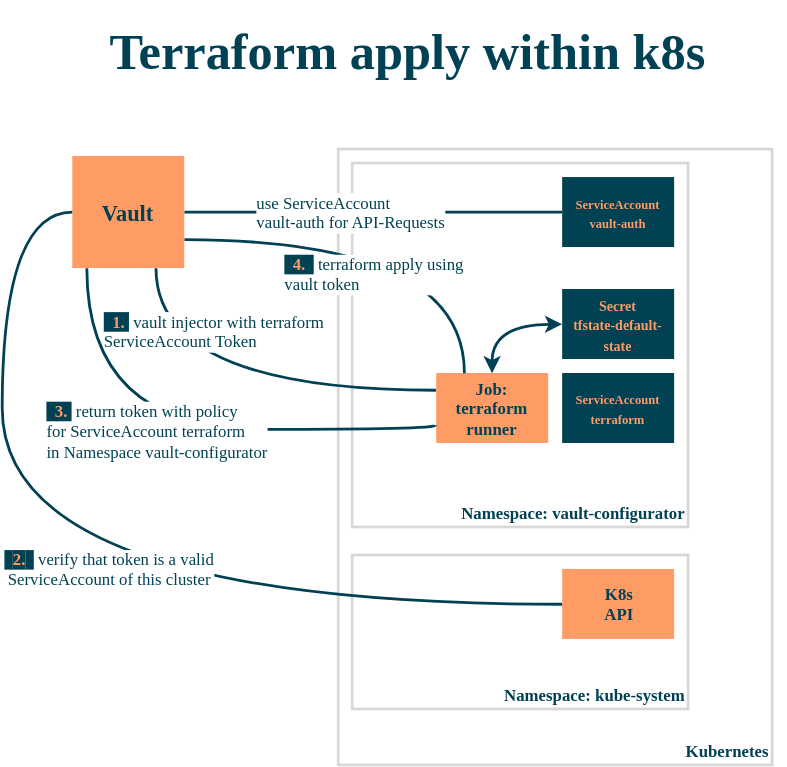
kesselborn/vault-demo keeps this draw.io diagram as terraform/vault-configurator.svg. Above is the earlier version. Source tidied: cells renumbered, new cells last; positions are measured from the earlier drawing's top-left corner, leaving out a move shared by most shapes.
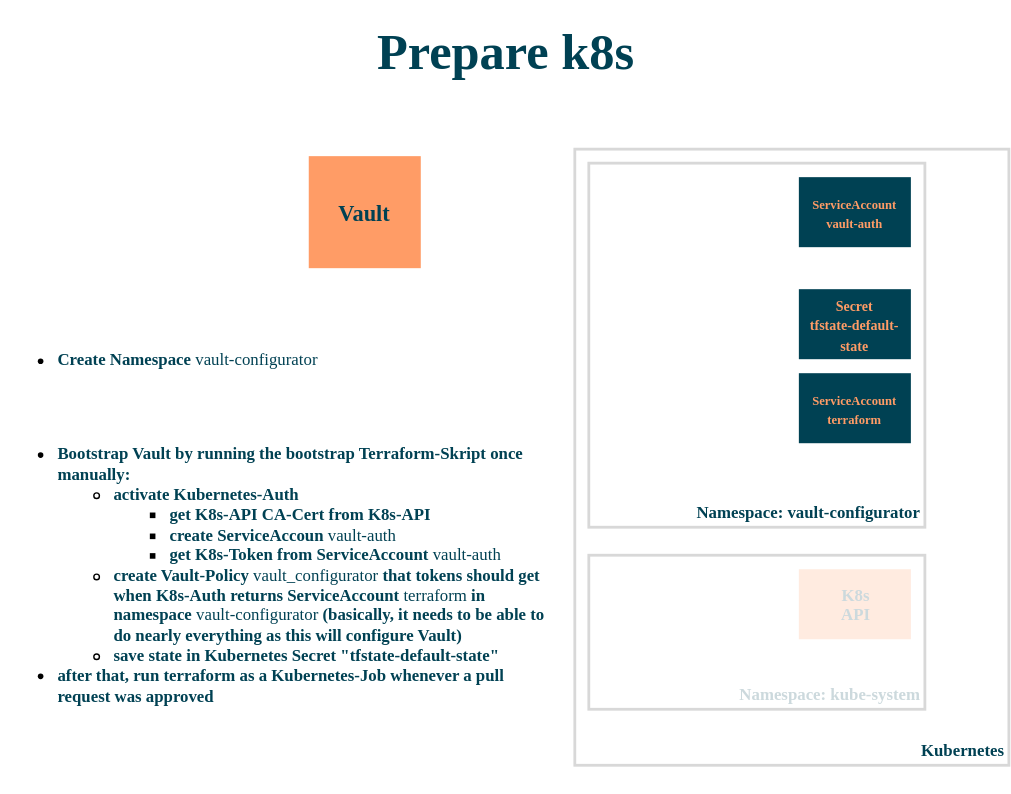
After the commit.

What changed in the source:
```diff
@@ -1,91 +1,39 @@
 <mxGraphModel>
   <root>
     <mxCell id="0" />
-    <mxCell id="1" value="Terraform Setup" parent="0" />
+    <mxCell id="23" value="Prepare vault and k8s" parent="0" />
-    <mxCell id="2" value="&lt;font color=&quot;#004153&quot; face=&quot;Mark Pro&quot;&gt;&lt;b&gt;Kubernetes&lt;/b&gt;&lt;/font&gt;" style="whiteSpace=wrap;html=1;verticalAlign=bottom;align=right;strokeWidth=2;strokeColor=#D8D8D8;fontFamily=Mark Pro;" parent="1" vertex="1">
+    <mxCell id="2" value="&lt;font color=&quot;#004153&quot; face=&quot;Mark Pro&quot;&gt;&lt;b&gt;Kubernetes&lt;/b&gt;&lt;/font&gt;" style="whiteSpace=wrap;html=1;verticalAlign=bottom;align=right;strokeWidth=2;strokeColor=#D8D8D8;fontFamily=Mark Pro;" parent="23" vertex="1">
       <mxGeometry x="240" y="90" width="310" height="440" as="geometry" />
     </mxCell>
-    <mxCell id="3" value="&lt;font color=&quot;#004153&quot; face=&quot;Mark Pro&quot;&gt;&lt;b&gt;Namespace: kube-system&lt;/b&gt;&lt;/font&gt;" style="whiteSpace=wrap;html=1;align=right;verticalAlign=bottom;fontColor=#F4F4F4;strokeColor=#D8D8D8;strokeWidth=2;fontFamily=Hack;" parent="1" vertex="1">
+    <mxCell id="3" value="&lt;font color=&quot;#004153&quot; face=&quot;Mark Pro&quot;&gt;&lt;b&gt;Namespace: kube-system&lt;/b&gt;&lt;/font&gt;" style="whiteSpace=wrap;html=1;align=right;verticalAlign=bottom;fontColor=#F4F4F4;strokeColor=#D8D8D8;strokeWidth=2;fontFamily=Hack;" parent="23" vertex="1">
       <mxGeometry x="250" y="380" width="240" height="110" as="geometry" />
     </mxCell>
-    <mxCell id="4" value="&lt;b&gt;&lt;font face=&quot;Mark Pro&quot; style=&quot;font-size: 16px&quot;&gt;Vault&lt;/font&gt;&lt;/b&gt;" style="whiteSpace=wrap;html=1;strokeColor=none;fillColor=#FF9C66;fontColor=#004153;" parent="1" vertex="1">
+    <mxCell id="4" value="&lt;b&gt;&lt;font face=&quot;Mark Pro&quot; style=&quot;font-size: 16px&quot;&gt;Vault&lt;/font&gt;&lt;/b&gt;" style="whiteSpace=wrap;html=1;strokeColor=none;fillColor=#FF9C66;fontColor=#004153;" parent="23" vertex="1">
       <mxGeometry x="50" y="95" width="80" height="80" as="geometry" />
     </mxCell>
-    <mxCell id="5" value="&lt;font color=&quot;#004153&quot; face=&quot;Mark Pro&quot;&gt;&lt;b&gt;Namespace: vault-configurator&lt;/b&gt;&lt;/font&gt;" style="whiteSpace=wrap;html=1;align=right;verticalAlign=bottom;fontColor=#F4F4F4;strokeColor=#D8D8D8;strokeWidth=2;fontFamily=Hack;" parent="1" vertex="1">
+    <mxCell id="5" value="&lt;font color=&quot;#004153&quot; face=&quot;Mark Pro&quot;&gt;&lt;b&gt;Namespace: vault-configurator&lt;/b&gt;&lt;/font&gt;" style="whiteSpace=wrap;html=1;align=right;verticalAlign=bottom;fontColor=#F4F4F4;strokeColor=#D8D8D8;strokeWidth=2;fontFamily=Hack;" parent="23" vertex="1">
       <mxGeometry x="250" y="100" width="240" height="260" as="geometry" />
     </mxCell>
-    <mxCell id="6" value="&lt;font style=&quot;font-size: 9px&quot;&gt;&lt;b&gt;&lt;font face=&quot;Mark Pro&quot;&gt;ServiceAccount&lt;br&gt;vault-auth&lt;/font&gt;&lt;br&gt;&lt;/b&gt;&lt;/font&gt;" style="whiteSpace=wrap;html=1;strokeColor=none;fillColor=#004153;fontColor=#FF9C66;" parent="1" vertex="1">
+    <mxCell id="6" value="&lt;font style=&quot;font-size: 9px&quot;&gt;&lt;b&gt;&lt;font face=&quot;Mark Pro&quot;&gt;ServiceAccount&lt;br&gt;vault-auth&lt;/font&gt;&lt;br&gt;&lt;/b&gt;&lt;/font&gt;" style="whiteSpace=wrap;html=1;strokeColor=none;fillColor=#004153;fontColor=#FF9C66;" parent="23" vertex="1">
       <mxGeometry x="400" y="110" width="80" height="50" as="geometry" />
     </mxCell>
-    <mxCell id="7" value="&lt;b&gt;&lt;font face=&quot;Mark Pro&quot;&gt;K8s&lt;br&gt;API&lt;/font&gt;&lt;br&gt;&lt;/b&gt;" style="whiteSpace=wrap;html=1;strokeColor=none;fillColor=#FF9C66;fontColor=#004153;" parent="1" vertex="1">
+    <mxCell id="7" value="&lt;b&gt;&lt;font face=&quot;Mark Pro&quot;&gt;K8s&lt;br&gt;API&lt;/font&gt;&lt;br&gt;&lt;/b&gt;" style="whiteSpace=wrap;html=1;strokeColor=none;fillColor=#FF9C66;fontColor=#004153;" parent="23" vertex="1">
       <mxGeometry x="400" y="390" width="80" height="50" as="geometry" />
     </mxCell>
-    <mxCell id="8" value="&lt;b&gt;&lt;font face=&quot;Mark Pro&quot;&gt;Job:&lt;br&gt;terraform&lt;br&gt;runner&lt;/font&gt;&lt;br&gt;&lt;/b&gt;" style="whiteSpace=wrap;html=1;strokeColor=none;fillColor=#FF9C66;fontColor=#004153;" parent="1" vertex="1">
-      <mxGeometry x="310" y="250" width="80" height="50" as="geometry" />
-    </mxCell>
-    <mxCell id="9" value="&lt;font style=&quot;font-size: 9px&quot;&gt;&lt;b&gt;&lt;font face=&quot;Mark Pro&quot;&gt;ServiceAccount&lt;br&gt;terraform&lt;/font&gt;&lt;br&gt;&lt;/b&gt;&lt;/font&gt;" style="whiteSpace=wrap;html=1;strokeColor=none;fillColor=#004153;fontColor=#FF9C66;" parent="1" vertex="1">
+    <mxCell id="9" value="&lt;font style=&quot;font-size: 9px&quot;&gt;&lt;b&gt;&lt;font face=&quot;Mark Pro&quot;&gt;ServiceAccount&lt;br&gt;terraform&lt;/font&gt;&lt;br&gt;&lt;/b&gt;&lt;/font&gt;" style="whiteSpace=wrap;html=1;strokeColor=none;fillColor=#004153;fontColor=#FF9C66;" parent="23" vertex="1">
       <mxGeometry x="400" y="250" width="80" height="50" as="geometry" />
     </mxCell>
-    <mxCell id="10" style="endArrow=none;html=1;fontColor=#FF9C66;entryX=0.75;entryY=1;entryDx=0;entryDy=0;exitX=0;exitY=0.25;exitDx=0;exitDy=0;edgeStyle=orthogonalEdgeStyle;curved=1;strokeColor=#004153;strokeWidth=2;" parent="1" edge="1" source="8" target="4">
-      <mxGeometry relative="1" as="geometry" />
-    </mxCell>
-    <mxCell id="11" value="&lt;font face=&quot;Mark Pro&quot;&gt;&lt;span style=&quot;background-color: rgb(0 , 65 , 83)&quot;&gt;&amp;nbsp;&amp;nbsp;&lt;b&gt;1.&lt;/b&gt;&amp;nbsp;&lt;/span&gt; &lt;font color=&quot;#004153&quot;&gt;vault injector with terraform&amp;nbsp;&lt;br&gt;ServiceAccount Token&lt;/font&gt;&lt;/font&gt;" style="text;html=1;align=left;verticalAlign=middle;labelBackgroundColor=#ffffff;fontColor=#FF9C66;" parent="10" vertex="1">
-      <mxGeometry x="0.11" y="-26" relative="1" as="geometry">
-        <mxPoint x="-79.7" y="-16.6" as="offset" />
-      </mxGeometry>
-    </mxCell>
-    <mxCell id="12" style="endArrow=none;html=1;strokeColor=#004153;strokeWidth=2;fontColor=#FF9C66;entryX=0;entryY=0.5;entryDx=0;entryDy=0;exitX=1;exitY=0.5;exitDx=0;exitDy=0;edgeStyle=entityRelationEdgeStyle;" parent="1" edge="1" source="4" target="6">
-      <mxGeometry relative="1" as="geometry" />
-    </mxCell>
-    <mxCell id="13" value="&lt;font color=&quot;#004153&quot; face=&quot;Mark Pro&quot;&gt;use ServiceAccount&lt;br&gt;vault-auth for API-Requests&lt;/font&gt;" style="text;html=1;align=left;verticalAlign=middle;labelBackgroundColor=#ffffff;fontColor=#FF9C66;" parent="12" vertex="1">
-      <mxGeometry x="-0.21" y="-3" relative="1" as="geometry">
-        <mxPoint x="-57.4" y="-3" as="offset" />
-      </mxGeometry>
-    </mxCell>
-    <mxCell id="14" style="endArrow=none;html=1;fontColor=#FF9C66;entryX=0;entryY=0.5;entryDx=0;entryDy=0;exitX=0;exitY=0.5;exitDx=0;exitDy=0;edgeStyle=orthogonalEdgeStyle;curved=1;strokeColor=#004153;strokeWidth=2;" parent="1" edge="1" source="7" target="4">
-      <mxGeometry relative="1" as="geometry">
-        <Array as="points">
-          <mxPoint y="415" />
-          <mxPoint y="135" />
-        </Array>
-      </mxGeometry>
-    </mxCell>
-    <mxCell id="15" value="&lt;div style=&quot;text-align: left&quot;&gt;&lt;font face=&quot;Mark Pro&quot;&gt;&lt;b style=&quot;background-color: rgb(0 , 65 , 83)&quot;&gt;&amp;nbsp;&amp;nbsp;&lt;/b&gt;&lt;span style=&quot;background-color: rgb(0 , 65 , 83)&quot;&gt;&lt;b&gt;2.&lt;/b&gt;&lt;/span&gt;&lt;b style=&quot;background-color: rgb(0 , 65 , 83)&quot;&gt;&amp;nbsp;&amp;nbsp;&lt;/b&gt;&lt;font color=&quot;#004153&quot;&gt;&amp;nbsp;verify that token is a valid&lt;/font&gt;&lt;/font&gt;&lt;/div&gt;&lt;font color=&quot;#004153&quot; face=&quot;Mark Pro&quot;&gt;ServiceAccount of this cluster&lt;/font&gt;" style="text;html=1;align=center;verticalAlign=middle;labelBackgroundColor=#ffffff;fontColor=#FF9C66;" parent="14" vertex="1">
-      <mxGeometry x="0.11" y="-26" relative="1" as="geometry">
-        <mxPoint x="63.8" y="-20.6" as="offset" />
-      </mxGeometry>
-    </mxCell>
-    <mxCell id="16" style="endArrow=none;html=1;strokeColor=#004153;strokeWidth=2;fontColor=#FF9C66;entryX=0.127;entryY=1.003;entryDx=0;entryDy=0;exitX=0;exitY=0.75;exitDx=0;exitDy=0;edgeStyle=orthogonalEdgeStyle;curved=1;entryPerimeter=0;" parent="1" edge="1" source="8" target="4">
-      <mxGeometry relative="1" as="geometry">
-        <Array as="points">
-          <mxPoint x="310" y="290" />
-          <mxPoint x="60" y="290" />
-        </Array>
-      </mxGeometry>
-    </mxCell>
-    <mxCell id="17" value="&lt;font face=&quot;Mark Pro&quot;&gt;&lt;font style=&quot;background-color: rgb(0 , 65 , 83)&quot;&gt;&lt;b&gt;&amp;nbsp; 3.&amp;nbsp;&lt;/b&gt;&lt;/font&gt;&lt;font color=&quot;#004153&quot;&gt; return token with policy&lt;br&gt;for ServiceAccount terraform&lt;br&gt;in Namespace vault-configurator&lt;/font&gt;&lt;/font&gt;" style="text;html=1;align=left;verticalAlign=middle;labelBackgroundColor=#ffffff;fontColor=#FF9C66;" parent="16" vertex="1">
-      <mxGeometry x="0.04" y="-6" relative="1" as="geometry">
-        <mxPoint x="-91.1" y="6.1" as="offset" />
-      </mxGeometry>
-    </mxCell>
-    <mxCell id="18" value="&lt;h1&gt;&lt;font color=&quot;#004153&quot; style=&quot;font-size: 36px&quot; face=&quot;Mark Pro&quot;&gt;Terraform apply within k8s&lt;/font&gt;&lt;/h1&gt;" style="text;html=1;align=center;verticalAlign=middle;whiteSpace=wrap;rounded=0;comic=0;fontFamily=Mark Pro;fontStyle=0;" parent="1" vertex="1">
-      <mxGeometry x="20" width="540" height="40" as="geometry" />
-    </mxCell>
-    <mxCell id="19" style="endArrow=none;html=1;strokeColor=#004153;strokeWidth=2;fontFamily=Mark Pro;fontColor=#FF9C66;entryX=1;entryY=0.75;entryDx=0;entryDy=0;exitX=0.25;exitY=0;exitDx=0;exitDy=0;edgeStyle=orthogonalEdgeStyle;curved=1;" parent="1" edge="1" source="8" target="4">
-      <mxGeometry relative="1" as="geometry">
-        <Array as="points">
-          <mxPoint x="330" y="155" />
-        </Array>
-      </mxGeometry>
-    </mxCell>
-    <mxCell id="20" value="&lt;div style=&quot;color: rgb(255 , 156 , 102) ; text-align: left&quot;&gt;&lt;font face=&quot;Mark Pro&quot;&gt;&lt;b style=&quot;background-color: rgb(0 , 65 , 83)&quot;&gt;&amp;nbsp; 4.&amp;nbsp;&amp;nbsp;&lt;/b&gt;&lt;font color=&quot;#004153&quot;&gt;&amp;nbsp;terraform apply using&lt;/font&gt;&lt;/font&gt;&lt;/div&gt;&lt;div style=&quot;color: rgb(255 , 156 , 102) ; text-align: left&quot;&gt;&lt;font color=&quot;#004153&quot; face=&quot;Mark Pro&quot;&gt;vault token&lt;/font&gt;&lt;/div&gt;" style="text;html=1;align=center;verticalAlign=middle;labelBackgroundColor=#ffffff;fontFamily=Mark Pro;" parent="19" vertex="1">
-      <mxGeometry y="24" relative="1" as="geometry" />
-    </mxCell>
+    <mxCell id="24" value="&lt;h1&gt;&lt;font color=&quot;#004153&quot; style=&quot;font-size: 36px&quot; face=&quot;Mark Pro&quot;&gt;Prepare k8s&lt;/font&gt;&lt;/h1&gt;" style="text;html=1;align=center;verticalAlign=middle;whiteSpace=wrap;rounded=0;comic=0;fontFamily=Mark Pro;fontStyle=0;" parent="23" vertex="1">
+      <mxGeometry x="-80" width="540" height="40" as="geometry" />
+    </mxCell>
+    <mxCell id="25" value="&lt;ul&gt;&lt;li&gt;&lt;b style=&quot;color: rgb(0 , 65 , 83)&quot;&gt;Create Namespace &lt;/b&gt;&lt;font style=&quot;color: rgb(0 , 65 , 83)&quot;&gt;&lt;font face=&quot;Hack&quot;&gt;vault-configurator&lt;/font&gt;&lt;br&gt;&lt;br&gt;&lt;/font&gt;&lt;/li&gt;&lt;/ul&gt;&lt;font style=&quot;color: rgb(0 , 65 , 83)&quot; face=&quot;Mark Pro&quot;&gt;&lt;br&gt;&lt;/font&gt;&lt;div&gt;&lt;ul&gt;&lt;li&gt;&lt;font color=&quot;#004153&quot; face=&quot;Mark Pro&quot;&gt;&lt;b&gt;Bootstrap Vault by running the bootstrap Terraform-Skript once manually:&lt;/b&gt;&lt;/font&gt;&lt;/li&gt;&lt;ul&gt;&lt;li&gt;&lt;font color=&quot;#004153&quot; face=&quot;Mark Pro&quot;&gt;&lt;b&gt;activate Kubernetes-Auth&lt;/b&gt;&lt;/font&gt;&lt;/li&gt;&lt;ul&gt;&lt;li&gt;&lt;font color=&quot;#004153&quot; face=&quot;Mark Pro&quot;&gt;&lt;b&gt;get K8s-API CA-Cert from K8s-API&lt;/b&gt;&lt;/font&gt;&lt;/li&gt;&lt;li&gt;&lt;font color=&quot;#004153&quot;&gt;&lt;b&gt;create ServiceAccoun &lt;/b&gt;&lt;font face=&quot;Hack&quot;&gt;vault-auth&lt;/font&gt;&lt;/font&gt;&lt;/li&gt;&lt;li&gt;&lt;font color=&quot;#004153&quot;&gt;&lt;b&gt;get K8s-Token from ServiceAccount &lt;/b&gt;&lt;font face=&quot;Hack&quot;&gt;vault-auth&lt;/font&gt;&lt;/font&gt;&lt;/li&gt;&lt;/ul&gt;&lt;li&gt;&lt;font color=&quot;#004153&quot;&gt;&lt;b&gt;create Vault-Policy&lt;font face=&quot;Hack&quot;&gt; &lt;/font&gt;&lt;/b&gt;&lt;font face=&quot;Hack&quot;&gt;vault_configurator&lt;/font&gt;&lt;b&gt; that tokens should get when K8s-Auth returns ServiceAccount &lt;/b&gt;&lt;font face=&quot;Hack&quot;&gt;terraform&lt;/font&gt;&lt;b&gt; in namespace &lt;/b&gt;&lt;font face=&quot;Hack&quot;&gt;vault-configurator&lt;/font&gt;&lt;b&gt; (basically, it needs to be able to do nearly everything as this will configure Vault)&lt;/b&gt;&lt;/font&gt;&lt;/li&gt;&lt;li&gt;&lt;font color=&quot;#004153&quot; face=&quot;Mark Pro&quot;&gt;&lt;b&gt;save state in Kubernetes Secret &quot;tfstate-default-state&quot;&lt;/b&gt;&lt;/font&gt;&lt;/li&gt;&lt;/ul&gt;&lt;li&gt;&lt;font color=&quot;#004153&quot; face=&quot;Mark Pro&quot;&gt;&lt;b&gt;after that, run terraform as a Kubernetes-Job whenever a pull request was approved&lt;/b&gt;&lt;/font&gt;&lt;/li&gt;&lt;/ul&gt;&lt;/div&gt;&lt;div&gt;&lt;br&gt;&lt;/div&gt;" style="text;html=1;strokeColor=none;fillColor=none;align=left;verticalAlign=bottom;whiteSpace=wrap;rounded=0;comic=0;fontFamily=Mark Pro;spacing=1;horizontal=1;" parent="23" vertex="1">
+      <mxGeometry x="-170" y="230" width="390" height="320" as="geometry" />
+    </mxCell>
+    <mxCell id="26" style="whiteSpace=wrap;html=1;rounded=0;comic=0;fillColor=#ffffff;gradientColor=none;fontFamily=Mark Pro;align=left;strokeColor=none;opacity=80;" parent="23" vertex="1">
+      <mxGeometry x="256" y="386" width="232" height="102" as="geometry" />
+    </mxCell>
-    <mxCell id="21" value="&lt;font size=&quot;1&quot; face=&quot;Mark Pro&quot;&gt;&lt;b&gt;Secret&lt;br&gt;tfstate-default-state&lt;/b&gt;&lt;/font&gt;" style="whiteSpace=wrap;html=1;strokeColor=none;fillColor=#004153;fontColor=#FF9C66;" parent="1" vertex="1">
+    <mxCell id="21" value="&lt;font size=&quot;1&quot; face=&quot;Mark Pro&quot;&gt;&lt;b&gt;Secret&lt;br&gt;tfstate-default-state&lt;/b&gt;&lt;/font&gt;" style="whiteSpace=wrap;html=1;strokeColor=none;fillColor=#004153;fontColor=#FF9C66;" parent="23" vertex="1">
       <mxGeometry x="400" y="190" width="80" height="50" as="geometry" />
     </mxCell>
-    <mxCell id="22" style="endArrow=classic;html=1;entryX=0;entryY=0.5;entryDx=0;entryDy=0;exitX=0.5;exitY=0;exitDx=0;exitDy=0;edgeStyle=orthogonalEdgeStyle;curved=1;startArrow=classic;startFill=1;endFill=1;strokeColor=#004153;strokeWidth=2;" parent="1" edge="1" source="8" target="21">
-      <mxGeometry relative="1" as="geometry" />
-    </mxCell>
   </root>
 </mxGraphModel>
```
